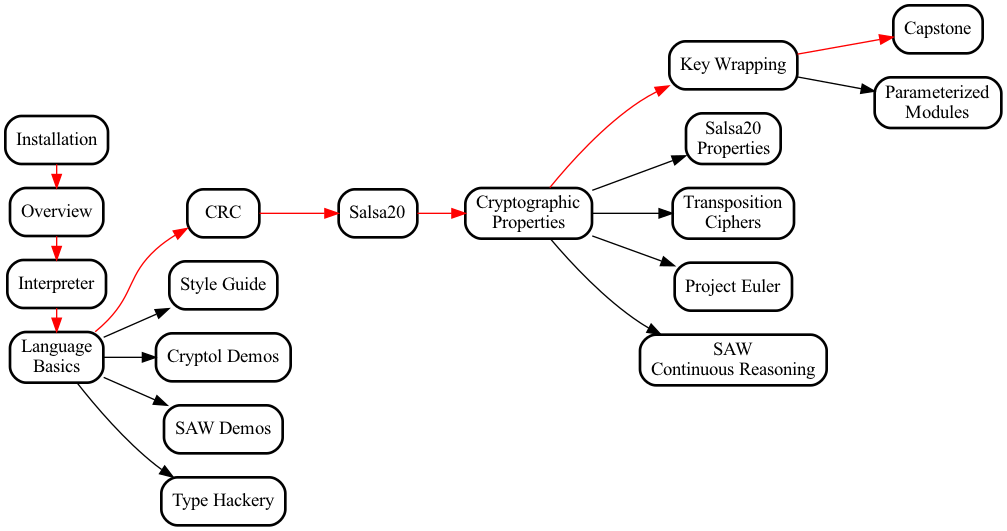
weaversa/cryptol-course keeps this Graphviz diagram as misc/CryptolCourse.gv.png. Above is the earlier version. Its source is kept beside it as misc/CryptolCourse.gv.
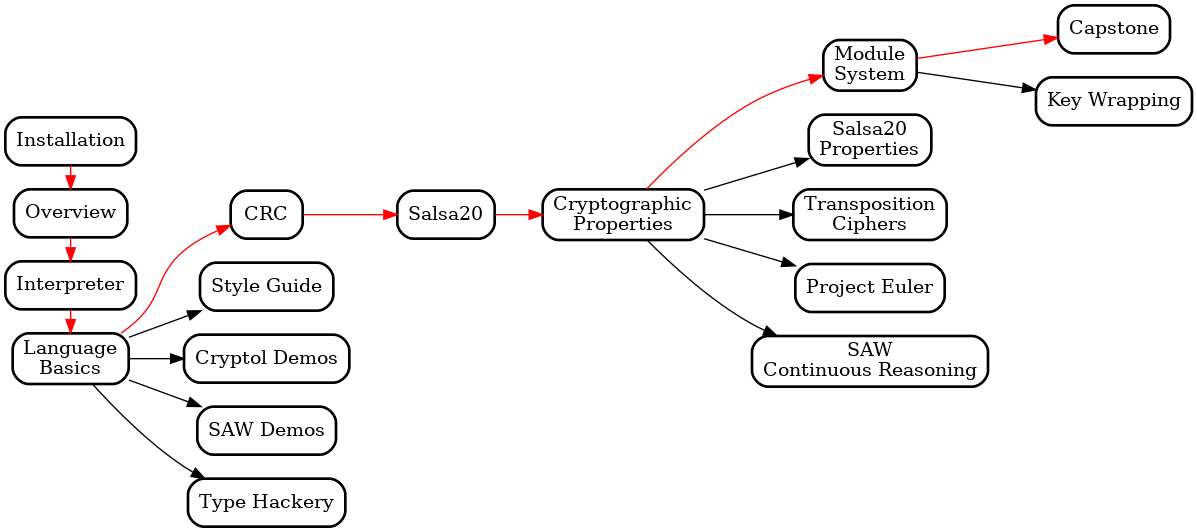
Later version of the same file.

Commit message:
Reroute recommended paths; add multi-lab landing page for module system

The edit, as a diff of the source:
```diff
@@ -14,7 +14,7 @@
   CRC                        [URL="../labs/CRC/CRC.html"];
   Salsa20                    [URL="../labs/Salsa20/Salsa20.html"];
   CryptographicProperties    [URL="../labs/CryptoProofs/CryptoProofs.html"];
-  KeyWrapping                [URL="../labs/KeyWrapping/KeyWrapping.html"];
+  ModuleSystem               [URL="../labs/ModuleSystem.html"];
   Capstone                   [URL="../labs/LoremIpsum/LoremIpsum.html"];
 
   node [fillcolor="white"];
@@ -27,7 +27,7 @@
   TranspositionCiphers       [URL="../labs/Transposition/Contents.html"];
   ProjectEuler               [URL="../labs/ProjectEuler/ProjectEuler.html"];
   ContinuousReasoning        [URL="../labs/SAW/SAW.html"];
-  ParameterizedModules       [URL="../labs/SimonSpeck/SimonSpeck.html"];
+  KeyWrapping                [URL="../labs/KeyWrapping/KeyWrapping.html"];
 
 
   LanguageBasics             [label = "Language\nBasics"]
@@ -37,7 +37,7 @@
   CryptolDemos               [label = "Cryptol Demos"]
   SAWDemos                   [label = "SAW Demos"]
   TranspositionCiphers       [label = "Transposition\nCiphers"]
-  ParameterizedModules       [label = "Parameterized\nModules"]
+  ModuleSystem               [label = "Module\nSystem"]
   Salsa20Properties          [label = "Salsa20\nProperties"]
   ContinuousReasoning        [label = "SAW\nContinuous Reasoning"];
   StyleGuide                 [label = "Style Guide"]
@@ -51,8 +51,8 @@
   LanguageBasics -> CRC;
   CRC -> Salsa20;
   Salsa20 -> CryptographicProperties;
-  CryptographicProperties -> KeyWrapping;
-  KeyWrapping -> Capstone;
+  CryptographicProperties -> ModuleSystem;
+  ModuleSystem -> Capstone;
 
   edge [color=black];
 
@@ -64,7 +64,7 @@
   CryptographicProperties -> TranspositionCiphers;
   CryptographicProperties -> ProjectEuler;
   CryptographicProperties -> ContinuousReasoning
-  KeyWrapping -> ParameterizedModules;
+  ModuleSystem -> KeyWrapping;
 
 
   {
@@ -86,7 +86,7 @@
 
   {
     rank = same;
-    KeyWrapping;
+    ModuleSystem;
     Salsa20Properties;
     TranspositionCiphers;
     ProjectEuler;
@@ -96,7 +96,7 @@
   {
     rank = same;
     Capstone;
-    ParameterizedModules;
+    KeyWrapping;
   }
 
 }
```
